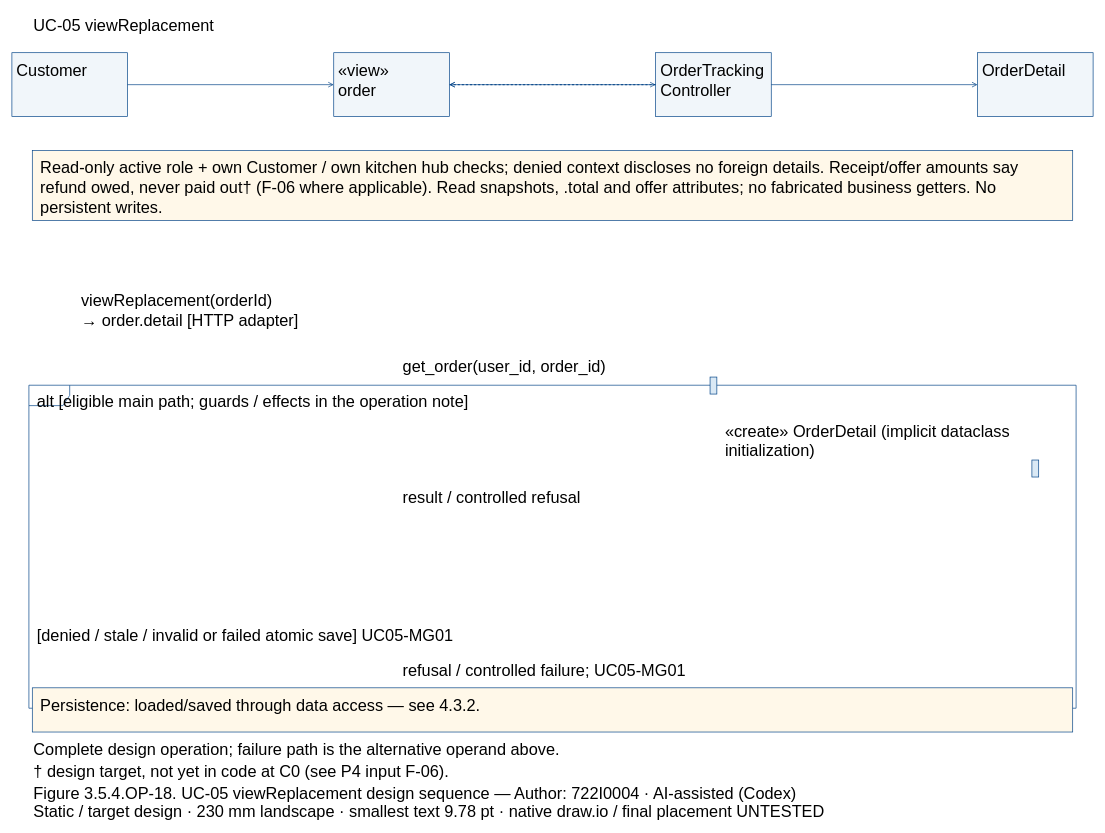
Dat071104/SaigonBite keeps this draw.io diagram as models/UC-05/seq_uc05_viewReplacement.drawio. Above is the earlier version. Source tidied: cells renumbered, new cells numbered last; positions are measured from the earlier drawing's top-left corner, leaving out a move shared by most shapes. Both pictures are drawn from the tidied source at 68%, with x=0, y=0 at pixel (12, 12).
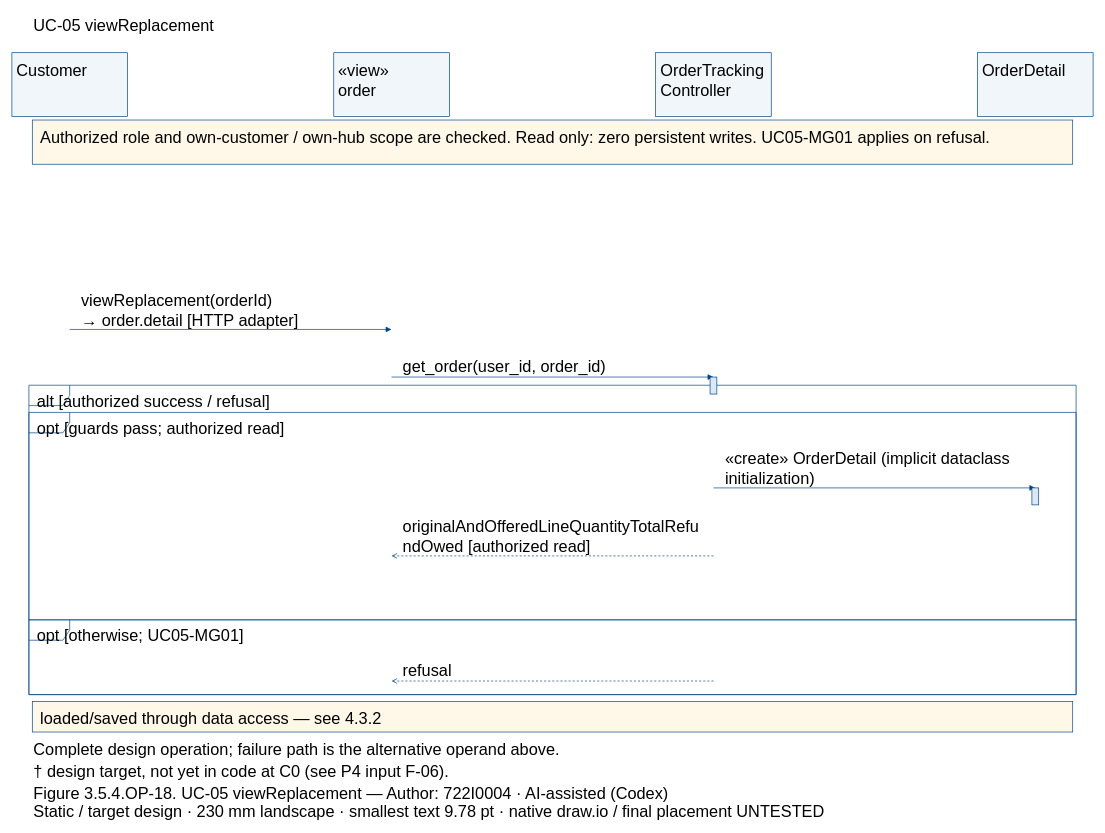
The same page after the edit.

The change refers to these unchanged cells:
```xml
<mxCell id="3" style="fillColor=#F1F6FA;strokeColor=#004387;fontFamily=Arial;fontSize=24;whiteSpace=wrap;html=0;" parent="1" vertex="1">
  <mxGeometry y="60" width="170" height="94" as="geometry" />
</mxCell>
<mxCell id="5" style="fillColor=#F1F6FA;strokeColor=#004387;fontFamily=Arial;fontSize=24;whiteSpace=wrap;html=0;" parent="1" vertex="1">
  <mxGeometry x="473.3" y="60" width="170" height="94" as="geometry" />
</mxCell>
<mxCell id="7" style="fillColor=#F1F6FA;strokeColor=#004387;fontFamily=Arial;fontSize=24;whiteSpace=wrap;html=0;" parent="1" vertex="1">
  <mxGeometry x="946.7" y="60" width="170" height="94" as="geometry" />
</mxCell>
<mxCell id="9" style="fillColor=#F1F6FA;strokeColor=#004387;fontFamily=Arial;fontSize=24;whiteSpace=wrap;html=0;" parent="1" vertex="1">
  <mxGeometry x="1420" y="60" width="170" height="94" as="geometry" />
</mxCell>
```

The edit, as a diff of the source:
```diff
@@
-    <mxCell id="11" style="fillColor=white;strokeColor=#004387;shape=umlFrame;fillColor=none;fontFamily=Arial;fontSize=24;whiteSpace=wrap;html=0;" parent="1" vertex="1">
-      <mxGeometry x="25" y="549" width="1540" height="475" as="geometry" />
-    </mxCell>
-    <mxCell id="12" value="alt [eligible main path; guards / effects in the operation note]" style="text;align=left;verticalAlign=top;strokeColor=none;fillColor=none;fontFamily=Arial;fontSize=24;whiteSpace=wrap;html=0;" parent="1" vertex="1">
-      <mxGeometry x="35" y="552" width="1520" height="27.6" as="geometry" />
-    </mxCell>
-    <mxCell id="13" value="[denied / stale / invalid or failed atomic save] UC05-MG01" style="text;align=left;verticalAlign=top;strokeColor=none;fillColor=none;fontFamily=Arial;fontSize=24;whiteSpace=wrap;html=0;" parent="1" vertex="1">
-      <mxGeometry x="35" y="897" width="1520" height="27.6" as="geometry" />
-    </mxCell>
-    <mxCell id="14" style="fillColor=#FFF8E9;strokeColor=#004387;fontFamily=Arial;fontSize=24;whiteSpace=wrap;html=0;" parent="1" vertex="1">
-      <mxGeometry x="30" y="204" width="1530" height="102.8" as="geometry" />
-    </mxCell>
-    <mxCell id="15" value="Read-only active role + own Customer / own kitchen hub checks; denied context discloses no foreign details. Receipt/offer amounts say&#10;refund owed, never paid out† (F-06 where applicable). Read snapshots, .total and offer attributes; no fabricated business getters. No&#10;persistent writes." style="text;align=left;verticalAlign=top;strokeColor=none;fillColor=none;fontFamily=Arial;fontSize=24;whiteSpace=wrap;html=0;" parent="1" vertex="1">
-      <mxGeometry x="40" y="209" width="1510" height="82.8" as="geometry" />
-    </mxCell>
-    <mxCell id="16" style="fillColor=#FFF8E9;strokeColor=#004387;fontFamily=Arial;fontSize=24;whiteSpace=wrap;html=0;" parent="1" vertex="1">
-      <mxGeometry x="30" y="994" width="1530" height="65" as="geometry" />
-    </mxCell>
-    <mxCell id="17" value="Persistence: loaded/saved through data access — see 4.3.2." style="text;align=left;verticalAlign=top;strokeColor=none;fillColor=none;fontFamily=Arial;fontSize=24;whiteSpace=wrap;html=0;" parent="1" vertex="1">
-      <mxGeometry x="40" y="999" width="1510" height="27.6" as="geometry" />
-    </mxCell>
-    <mxCell id="18" style="edgeStyle=none;endArrow=open;strokeColor=#004387;" parent="1" edge="1" source="3" target="5">
-      <mxGeometry relative="1" as="geometry" />
-    </mxCell>
+    <mxCell id="34" style="fillColor=white;strokeColor=#004387;shape=umlFrame;fillColor=none;fontFamily=Arial;fontSize=24;whiteSpace=wrap;html=0;" parent="1" vertex="1">
+      <mxGeometry x="25" y="549" width="1540" height="455" as="geometry" />
+    </mxCell>
+    <mxCell id="35" value="alt [authorized success / refusal]" style="text;align=left;verticalAlign=top;strokeColor=none;fillColor=none;fontFamily=Arial;fontSize=24;whiteSpace=wrap;html=0;" parent="1" vertex="1">
+      <mxGeometry x="35" y="552" width="1520" height="27.6" as="geometry" />
+    </mxCell>
+    <mxCell id="36" style="fillColor=white;strokeColor=#004387;shape=umlFrame;fillColor=none;fontFamily=Arial;fontSize=24;whiteSpace=wrap;html=0;" parent="1" vertex="1">
+      <mxGeometry x="25" y="589" width="1540" height="305" as="geometry" />
+    </mxCell>
+    <mxCell id="37" value="opt [guards pass; authorized read]" style="text;align=left;verticalAlign=top;strokeColor=none;fillColor=none;fontFamily=Arial;fontSize=24;whiteSpace=wrap;html=0;" parent="1" vertex="1">
+      <mxGeometry x="35" y="592" width="1520" height="27.6" as="geometry" />
+    </mxCell>
+    <mxCell id="38" style="fillColor=white;strokeColor=#004387;shape=umlFrame;fillColor=none;fontFamily=Arial;fontSize=24;whiteSpace=wrap;html=0;" parent="1" vertex="1">
+      <mxGeometry x="25" y="894" width="1540" height="110" as="geometry" />
+    </mxCell>
+    <mxCell id="39" value="opt [otherwise; UC05-MG01]" style="text;align=left;verticalAlign=top;strokeColor=none;fillColor=none;fontFamily=Arial;fontSize=24;whiteSpace=wrap;html=0;" parent="1" vertex="1">
+      <mxGeometry x="35" y="897" width="1520" height="27.6" as="geometry" />
+    </mxCell>
+    <mxCell id="40" style="fillColor=#FFF8E9;strokeColor=#004387;fontFamily=Arial;fontSize=24;whiteSpace=wrap;html=0;" parent="1" vertex="1">
+      <mxGeometry x="30" y="159" width="1530" height="65" as="geometry" />
+    </mxCell>
+    <mxCell id="41" value="Authorized role and own-customer / own-hub scope are checked. Read only: zero persistent writes. UC05-MG01 applies on refusal." style="text;align=left;verticalAlign=top;strokeColor=none;fillColor=none;fontFamily=Arial;fontSize=24;whiteSpace=wrap;html=0;" parent="1" vertex="1">
+      <mxGeometry x="40" y="164" width="1510" height="27.6" as="geometry" />
+    </mxCell>
+    <mxCell id="42" style="fillColor=#FFF8E9;strokeColor=#004387;fontFamily=Arial;fontSize=24;whiteSpace=wrap;html=0;" parent="1" vertex="1">
+      <mxGeometry x="30" y="1014" width="1530" height="45" as="geometry" />
+    </mxCell>
+    <mxCell id="43" value="loaded/saved through data access — see 4.3.2" style="text;align=left;verticalAlign=top;strokeColor=none;fillColor=none;fontFamily=Arial;fontSize=24;whiteSpace=wrap;html=0;" parent="1" vertex="1">
+      <mxGeometry x="40" y="1019" width="1510" height="27.6" as="geometry" />
+    </mxCell>
+    <mxCell id="44" style="opacity=0;strokeColor=none;fillColor=none;fontFamily=Arial;fontSize=24;whiteSpace=wrap;html=0;" parent="1" vertex="1">
+      <mxGeometry x="84.5" y="466.5" width="1" height="1" as="geometry" />
+    </mxCell>
+    <mxCell id="45" style="opacity=0;strokeColor=none;fillColor=none;fontFamily=Arial;fontSize=24;whiteSpace=wrap;html=0;" parent="1" vertex="1">
+      <mxGeometry x="557.8" y="466.5" width="1" height="1" as="geometry" />
+    </mxCell>
+    <mxCell id="46" style="edgeStyle=none;endArrow=block;endFill=1;strokeColor=#004387;exitX=0.5;exitY=0.5;exitPerimeter=0;entryX=0.5;entryY=0.5;entryPerimeter=0;" parent="1" edge="1" source="44" target="45">
+      <mxGeometry relative="1" as="geometry" />
+    </mxCell>
@@
-    <mxCell id="20" style="edgeStyle=none;endArrow=open;strokeColor=#004387;" parent="1" edge="1" source="5" target="7">
-      <mxGeometry relative="1" as="geometry" />
-    </mxCell>
+    <mxCell id="47" style="opacity=0;strokeColor=none;fillColor=none;fontFamily=Arial;fontSize=24;whiteSpace=wrap;html=0;" parent="1" vertex="1">
+      <mxGeometry x="557.8" y="536.5" width="1" height="1" as="geometry" />
+    </mxCell>
+    <mxCell id="48" style="opacity=0;strokeColor=none;fillColor=none;fontFamily=Arial;fontSize=24;whiteSpace=wrap;html=0;" parent="1" vertex="1">
+      <mxGeometry x="1031.2" y="536.5" width="1" height="1" as="geometry" />
+    </mxCell>
+    <mxCell id="49" style="edgeStyle=none;endArrow=block;endFill=1;strokeColor=#004387;exitX=0.5;exitY=0.5;exitPerimeter=0;entryX=0.5;entryY=0.5;entryPerimeter=0;" parent="1" edge="1" source="47" target="48">
+      <mxGeometry relative="1" as="geometry" />
+    </mxCell>
@@
-    <mxCell id="22" style="fillColor=#DAE9F5;strokeColor=#004387;fontFamily=Arial;fontSize=24;whiteSpace=wrap;html=0;" parent="1" vertex="1">
-      <mxGeometry x="1026.7" y="537" width="10" height="25" as="geometry" />
-    </mxCell>
-    <mxCell id="23" style="edgeStyle=none;endArrow=open;strokeColor=#004387;" parent="1" edge="1" source="7" target="9">
-      <mxGeometry relative="1" as="geometry" />
-    </mxCell>
+    <mxCell id="25" style="fillColor=#DAE9F5;strokeColor=#004387;fontFamily=Arial;fontSize=24;whiteSpace=wrap;html=0;" parent="1" vertex="1">
+      <mxGeometry x="1026.7" y="537" width="10" height="25" as="geometry" />
+    </mxCell>
+    <mxCell id="50" style="opacity=0;strokeColor=none;fillColor=none;fontFamily=Arial;fontSize=24;whiteSpace=wrap;html=0;" parent="1" vertex="1">
+      <mxGeometry x="1031.2" y="699.5" width="1" height="1" as="geometry" />
+    </mxCell>
+    <mxCell id="51" style="opacity=0;strokeColor=none;fillColor=none;fontFamily=Arial;fontSize=24;whiteSpace=wrap;html=0;" parent="1" vertex="1">
+      <mxGeometry x="1504.5" y="699.5" width="1" height="1" as="geometry" />
+    </mxCell>
+    <mxCell id="52" style="edgeStyle=none;endArrow=block;endFill=1;strokeColor=#004387;exitX=0.5;exitY=0.5;exitPerimeter=0;entryX=0.5;entryY=0.5;entryPerimeter=0;" parent="1" edge="1" source="50" target="51">
+      <mxGeometry relative="1" as="geometry" />
+    </mxCell>
     <mxCell id="24" value="«create» OrderDetail (implicit dataclass&#10;initialization)" style="text;align=left;verticalAlign=top;strokeColor=none;fillColor=none;fontFamily=Arial;fontSize=24;whiteSpace=wrap;html=0;" parent="1" vertex="1">
-      <mxGeometry x="1046.7" y="595.8" width="443.3" height="55.2" as="geometry" />
+      <mxGeometry x="1046.7" y="636.8" width="443.3" height="55.2" as="geometry" />
     </mxCell>
-    <mxCell id="25" style="fillColor=#DAE9F5;strokeColor=#004387;fontFamily=Arial;fontSize=24;whiteSpace=wrap;html=0;" parent="1" vertex="1">
-      <mxGeometry x="1500" y="659" width="10" height="25" as="geometry" />
-    </mxCell>
-    <mxCell id="26" style="edgeStyle=none;endArrow=open;dashed=1;strokeColor=#004387;" parent="1" edge="1" source="7" target="5">
-      <mxGeometry relative="1" as="geometry" />
-    </mxCell>
-    <mxCell id="27" value="result / controlled refusal" style="text;align=left;verticalAlign=top;strokeColor=none;fillColor=none;fontFamily=Arial;fontSize=24;whiteSpace=wrap;html=0;" parent="1" vertex="1">
-      <mxGeometry x="573.3" y="693.4" width="443.3" height="27.6" as="geometry" />
-    </mxCell>
-    <mxCell id="28" style="edgeStyle=none;endArrow=open;dashed=1;strokeColor=#004387;" parent="1" edge="1" source="7" target="5">
-      <mxGeometry relative="1" as="geometry" />
-    </mxCell>
-    <mxCell id="29" value="refusal / controlled failure; UC05-MG01" style="text;align=left;verticalAlign=top;strokeColor=none;fillColor=none;fontFamily=Arial;fontSize=24;whiteSpace=wrap;html=0;" parent="1" vertex="1">
-      <mxGeometry x="573.3" y="948.4" width="443.3" height="27.6" as="geometry" />
-    </mxCell>
-    <mxCell id="30" value="Complete design operation; failure path is the alternative operand above." style="text;align=left;verticalAlign=top;strokeColor=none;fillColor=none;fontFamily=Arial;fontSize=24;whiteSpace=wrap;html=0;" parent="1" vertex="1">
-      <mxGeometry x="30" y="1064" width="1530" height="27.6" as="geometry" />
-    </mxCell>
+    <mxCell id="53" style="fillColor=#DAE9F5;strokeColor=#004387;fontFamily=Arial;fontSize=24;whiteSpace=wrap;html=0;" parent="1" vertex="1">
+      <mxGeometry x="1500" y="700" width="10" height="25" as="geometry" />
+    </mxCell>
+    <mxCell id="54" style="opacity=0;strokeColor=none;fillColor=none;fontFamily=Arial;fontSize=24;whiteSpace=wrap;html=0;" parent="1" vertex="1">
+      <mxGeometry x="1031.2" y="799.5" width="1" height="1" as="geometry" />
+    </mxCell>
+    <mxCell id="55" style="opacity=0;strokeColor=none;fillColor=none;fontFamily=Arial;fontSize=24;whiteSpace=wrap;html=0;" parent="1" vertex="1">
+      <mxGeometry x="557.8" y="799.5" width="1" height="1" as="geometry" />
+    </mxCell>
+    <mxCell id="56" style="edgeStyle=none;endArrow=open;endFill=0;dashed=1;strokeColor=#004387;exitX=0.5;exitY=0.5;exitPerimeter=0;entryX=0.5;entryY=0.5;entryPerimeter=0;" parent="1" edge="1" source="54" target="55">
+      <mxGeometry relative="1" as="geometry" />
+    </mxCell>
+    <mxCell id="57" value="originalAndOfferedLineQuantityTotalRefu&#10;ndOwed [authorized read]" style="text;align=left;verticalAlign=top;strokeColor=none;fillColor=none;fontFamily=Arial;fontSize=24;whiteSpace=wrap;html=0;" parent="1" vertex="1">
+      <mxGeometry x="573.3" y="736.8" width="443.3" height="55.2" as="geometry" />
+    </mxCell>
+    <mxCell id="58" style="opacity=0;strokeColor=none;fillColor=none;fontFamily=Arial;fontSize=24;whiteSpace=wrap;html=0;" parent="1" vertex="1">
+      <mxGeometry x="1031.2" y="983.5" width="1" height="1" as="geometry" />
+    </mxCell>
+    <mxCell id="59" style="opacity=0;strokeColor=none;fillColor=none;fontFamily=Arial;fontSize=24;whiteSpace=wrap;html=0;" parent="1" vertex="1">
+      <mxGeometry x="557.8" y="983.5" width="1" height="1" as="geometry" />
+    </mxCell>
+    <mxCell id="60" style="edgeStyle=none;endArrow=open;endFill=0;dashed=1;strokeColor=#004387;exitX=0.5;exitY=0.5;exitPerimeter=0;entryX=0.5;entryY=0.5;entryPerimeter=0;" parent="1" edge="1" source="58" target="59">
+      <mxGeometry relative="1" as="geometry" />
+    </mxCell>
+    <mxCell id="61" value="refusal" style="text;align=left;verticalAlign=top;strokeColor=none;fillColor=none;fontFamily=Arial;fontSize=24;whiteSpace=wrap;html=0;" parent="1" vertex="1">
+      <mxGeometry x="573.3" y="948.4" width="443.3" height="27.6" as="geometry" />
+    </mxCell>
+    <mxCell id="33" value="Complete design operation; failure path is the alternative operand above." style="text;align=left;verticalAlign=top;strokeColor=none;fillColor=none;fontFamily=Arial;fontSize=24;whiteSpace=wrap;html=0;" parent="1" vertex="1">
+      <mxGeometry x="30" y="1064" width="1530" height="27.6" as="geometry" />
+    </mxCell>
@@
-    <mxCell id="32" value="Figure 3.5.4.OP-18. UC-05 viewReplacement design sequence — Author: 722I0004 · AI-assisted (Codex)" style="text;align=left;verticalAlign=top;strokeColor=none;fillColor=none;fontFamily=Arial;fontSize=24;whiteSpace=wrap;html=0;" parent="1" vertex="1">
-      <mxGeometry x="30" y="1129" width="1530" height="27.6" as="geometry" />
-    </mxCell>
-    <mxCell id="33" value="Static / target design · 230 mm landscape · smallest text 9.78 pt · native draw.io / final placement UNTESTED" style="text;align=left;verticalAlign=top;strokeColor=none;fillColor=none;fontFamily=Arial;fontSize=24;whiteSpace=wrap;html=0;" parent="1" vertex="1">
-      <mxGeometry x="30" y="1155" width="1530" height="27.6" as="geometry" />
-    </mxCell>
+    <mxCell id="62" value="Figure 3.5.4.OP-18. UC-05 viewReplacement — Author: 722I0004 · AI-assisted (Codex)" style="text;align=left;verticalAlign=top;strokeColor=none;fillColor=none;fontFamily=Arial;fontSize=24;whiteSpace=wrap;html=0;" parent="1" vertex="1">
+      <mxGeometry x="30" y="1129" width="1530" height="27.6" as="geometry" />
+    </mxCell>
+    <mxCell id="63" value="Static / target design · 230 mm landscape · smallest text 9.78 pt · native draw.io / final placement UNTESTED" style="text;align=left;verticalAlign=top;strokeColor=none;fillColor=none;fontFamily=Arial;fontSize=24;whiteSpace=wrap;html=0;" parent="1" vertex="1">
+      <mxGeometry x="30" y="1155" width="1530" height="27.6" as="geometry" />
+    </mxCell>
```
